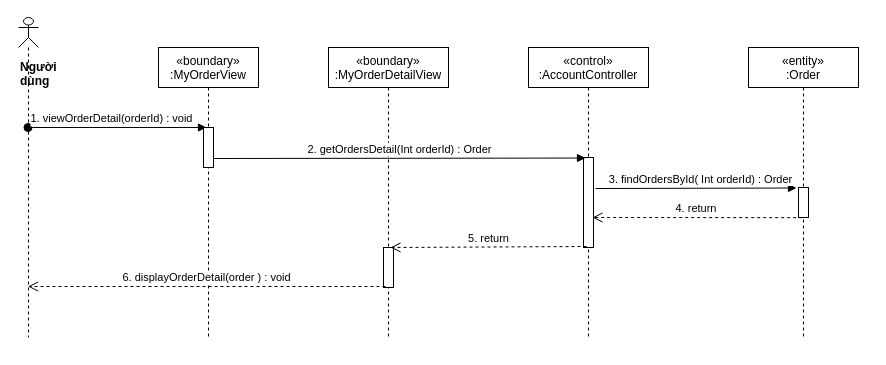
The draw.io diagram sequence diagram/view-OrderDetail.drawio in nguyenphamvan/datn_20202, before the edit. Source tidied: cells renumbered, new cells numbered last; positions are measured from the earlier drawing's top-left corner, leaving out a move shared by most shapes. Both pictures are drawn from the tidied source at 100%, with x=0, y=0 at pixel (18, 17).
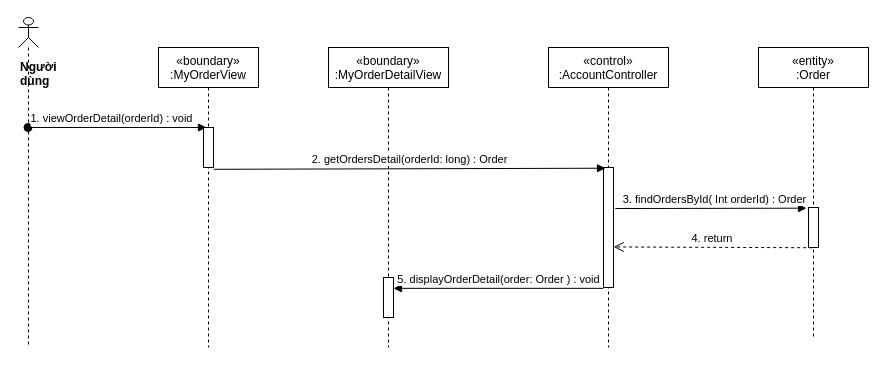
The same diagram, later.

The edit, as a diff of the source:
```diff
@@
 <mxGraphModel>
   <root>
     <mxCell id="0" />
     <mxCell id="1" parent="0" />
     <mxCell id="2" value="«boundary»&#10;:MyOrderDetailView" style="shape=umlLifeline;perimeter=lifelinePerimeter;rounded=0;shadow=0;strokeWidth=1;" parent="1" vertex="1">
-      <mxGeometry x="310" y="30" width="120" height="290" as="geometry" />
+      <mxGeometry x="310" y="30" width="120" height="300" as="geometry" />
     </mxCell>
     <mxCell id="3" style="html=1;points=[];perimeter=orthogonalPerimeter;" parent="2" vertex="1">
-      <mxGeometry x="55" y="200" width="10" height="40" as="geometry" />
+      <mxGeometry x="55" y="230" width="10" height="40" as="geometry" />
     </mxCell>
     <mxCell id="4" value="«control»&#10;:AccountController" style="shape=umlLifeline;perimeter=lifelinePerimeter;rounded=0;shadow=0;strokeWidth=1;" parent="1" vertex="1">
-      <mxGeometry x="510" y="30" width="120" height="290" as="geometry" />
+      <mxGeometry x="530" y="30" width="120" height="300" as="geometry" />
     </mxCell>
     <mxCell id="5" style="points=[];perimeter=orthogonalPerimeter;rounded=0;shadow=0;strokeWidth=1;" parent="4" vertex="1">
-      <mxGeometry x="55" y="110" width="10" height="90" as="geometry" />
+      <mxGeometry x="55" y="120" width="10" height="120" as="geometry" />
     </mxCell>
     <mxCell id="6" value="&lt;div&gt;&lt;b&gt;Người dùng&lt;/b&gt;&lt;/div&gt;" style="shape=umlLifeline;participant=umlActor;perimeter=lifelinePerimeter;whiteSpace=wrap;html=1;verticalAlign=top;spacingTop=36;outlineConnect=0;align=left;size=30;" parent="1" vertex="1">
-      <mxGeometry width="20" height="320" as="geometry" />
+      <mxGeometry width="20" height="330" as="geometry" />
     </mxCell>
     <mxCell id="7" value="1. viewOrderDetail(orderId) : void" style="verticalAlign=bottom;startArrow=oval;endArrow=block;startSize=8;shadow=0;strokeWidth=1;entryX=0.3;entryY=0;entryDx=0;entryDy=0;entryPerimeter=0;" parent="1" edge="1" source="6" target="14">
       <mxGeometry x="-0.06" relative="1" as="geometry" />
     </mxCell>
-    <mxCell id="8" value="2. getOrdersDetail(Int orderId) : Order" style="html=1;verticalAlign=bottom;endArrow=block;entryX=0.2;entryY=0.006;entryDx=0;entryDy=0;entryPerimeter=0;exitX=0.9;exitY=0.775;exitDx=0;exitDy=0;exitPerimeter=0;" parent="1" edge="1" source="14" target="5">
+    <mxCell id="8" value="2. getOrdersDetail(orderId: long) : Order" style="html=1;verticalAlign=bottom;endArrow=block;entryX=0.2;entryY=0.006;entryDx=0;entryDy=0;entryPerimeter=0;exitX=1.02;exitY=1.045;exitDx=0;exitDy=0;exitPerimeter=0;" parent="1" edge="1" source="14" target="5">
       <mxGeometry relative="1" as="geometry" />
     </mxCell>
     <mxCell id="9" value="«entity»&#10;:Order" style="shape=umlLifeline;perimeter=lifelinePerimeter;rounded=0;shadow=0;strokeWidth=1;" parent="1" vertex="1">
-      <mxGeometry x="730" y="30" width="110" height="290" as="geometry" />
+      <mxGeometry x="740" y="30" width="110" height="290" as="geometry" />
     </mxCell>
     <mxCell id="10" style="points=[];perimeter=orthogonalPerimeter;rounded=0;shadow=0;strokeWidth=1;" parent="9" vertex="1">
-      <mxGeometry x="50" y="140" width="10" height="30" as="geometry" />
+      <mxGeometry x="50" y="160" width="10" height="40" as="geometry" />
     </mxCell>
-    <mxCell id="11" value="3. findOrdersById( Int orderId) : Order" style="html=1;verticalAlign=bottom;endArrow=block;entryX=-0.2;entryY=0.017;entryDx=0;entryDy=0;entryPerimeter=0;" parent="1" edge="1" target="10">
-      <mxGeometry x="0.04" relative="1" as="geometry">
-        <mxPoint x="577" y="171" as="sourcePoint" />
-      </mxGeometry>
+    <mxCell id="11" value="3. findOrdersById( Int orderId) : Order" style="html=1;verticalAlign=bottom;endArrow=block;entryX=-0.2;entryY=0.017;entryDx=0;entryDy=0;entryPerimeter=0;exitX=1.18;exitY=0.342;exitDx=0;exitDy=0;exitPerimeter=0;" parent="1" edge="1" source="5" target="10">
+      <mxGeometry x="0.04" relative="1" as="geometry" />
     </mxCell>
-    <mxCell id="12" value="4. return&amp;nbsp;" style="html=1;verticalAlign=bottom;endArrow=open;dashed=1;endSize=8;exitX=0.367;exitY=1.006;exitDx=0;exitDy=0;exitPerimeter=0;" parent="1" edge="1" source="10">
-      <mxGeometry relative="1" as="geometry">
-        <mxPoint x="574" y="200" as="targetPoint" />
-      </mxGeometry>
+    <mxCell id="12" value="4. return&amp;nbsp;" style="html=1;verticalAlign=bottom;endArrow=open;dashed=1;endSize=8;exitX=0.367;exitY=1.006;exitDx=0;exitDy=0;exitPerimeter=0;entryX=1.02;entryY=0.662;entryDx=0;entryDy=0;entryPerimeter=0;" parent="1" edge="1" source="10" target="5">
+      <mxGeometry relative="1" as="geometry" />
     </mxCell>
     <mxCell id="13" value="«boundary»&#10;:MyOrderView" style="shape=umlLifeline;perimeter=lifelinePerimeter;rounded=0;shadow=0;strokeWidth=1;" parent="1" vertex="1">
-      <mxGeometry x="140" y="30" width="100" height="290" as="geometry" />
+      <mxGeometry x="140" y="30" width="100" height="300" as="geometry" />
     </mxCell>
     <mxCell id="14" style="html=1;points=[];perimeter=orthogonalPerimeter;" parent="13" vertex="1">
       <mxGeometry x="45" y="80" width="10" height="40" as="geometry" />
     </mxCell>
-    <mxCell id="15" value="&lt;span style=&quot;color: rgb(0 , 0 , 0) ; font-family: &amp;#34;helvetica&amp;#34; ; font-size: 11px ; font-style: normal ; font-weight: 400 ; letter-spacing: normal ; text-align: center ; text-indent: 0px ; text-transform: none ; word-spacing: 0px ; background-color: rgb(255 , 255 , 255) ; display: inline ; float: none&quot;&gt;6. displayOrderDetail(order ) : void&lt;/span&gt;" style="html=1;verticalAlign=bottom;endArrow=open;dashed=1;endSize=8;exitX=0.2;exitY=0.975;exitDx=0;exitDy=0;exitPerimeter=0;" parent="1" edge="1" source="3" target="6">
-      <mxGeometry relative="1" as="geometry" />
-    </mxCell>
-    <mxCell id="16" value="5. return" style="html=1;verticalAlign=bottom;endArrow=open;dashed=1;endSize=8;entryX=0.7;entryY=0;entryDx=0;entryDy=0;entryPerimeter=0;exitX=0.3;exitY=0.989;exitDx=0;exitDy=0;exitPerimeter=0;" parent="1" edge="1" source="5" target="3">
+    <mxCell id="16" value="&lt;span style=&quot;font-family: &amp;#34;helvetica&amp;#34; ; font-size: 11px&quot;&gt;5. displayOrderDetail(order: Order ) : void&lt;/span&gt;" style="html=1;verticalAlign=bottom;endArrow=block;fontSize=12;exitX=-0.02;exitY=1.007;exitDx=0;exitDy=0;exitPerimeter=0;" parent="1" edge="1" source="5" target="3">
       <mxGeometry relative="1" as="geometry" />
     </mxCell>
   </root>
 </mxGraphModel>
```
